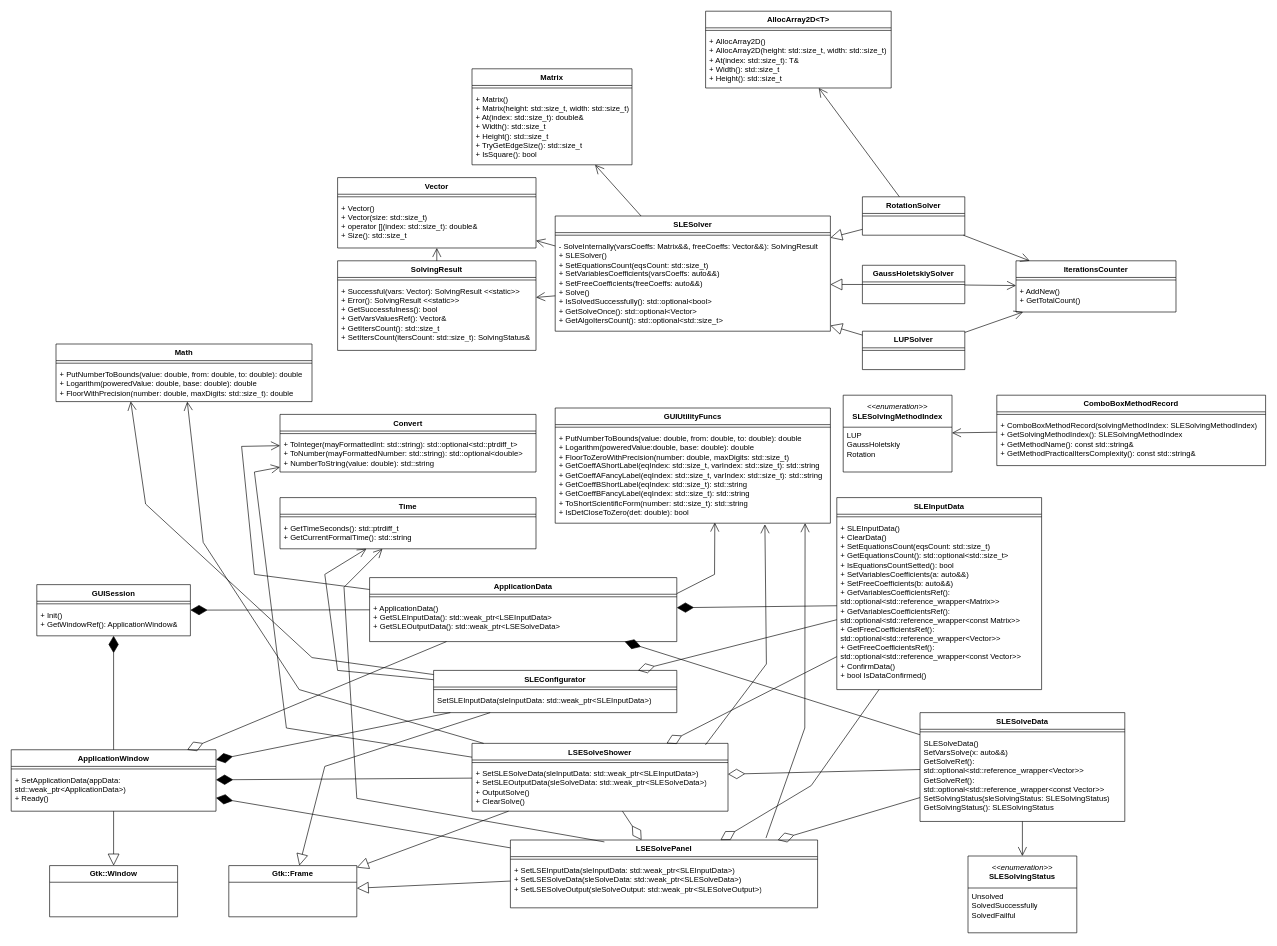
Above: Documents/4 ОПИС ПРОГРАМНОГО ЗАБЕЗПЕЧЕННЯ/4-ClassDiagram.drawio in adamenko-arsen/SLE-Accurate-Solver (draw.io), before the change. Source tidied: cells renumbered, new cells numbered last; positions are measured from the earlier drawing's top-left corner, leaving out a move shared by most shapes. Both pictures are drawn from the tidied source at 64%, with x=0, y=0 at pixel (11, 11).
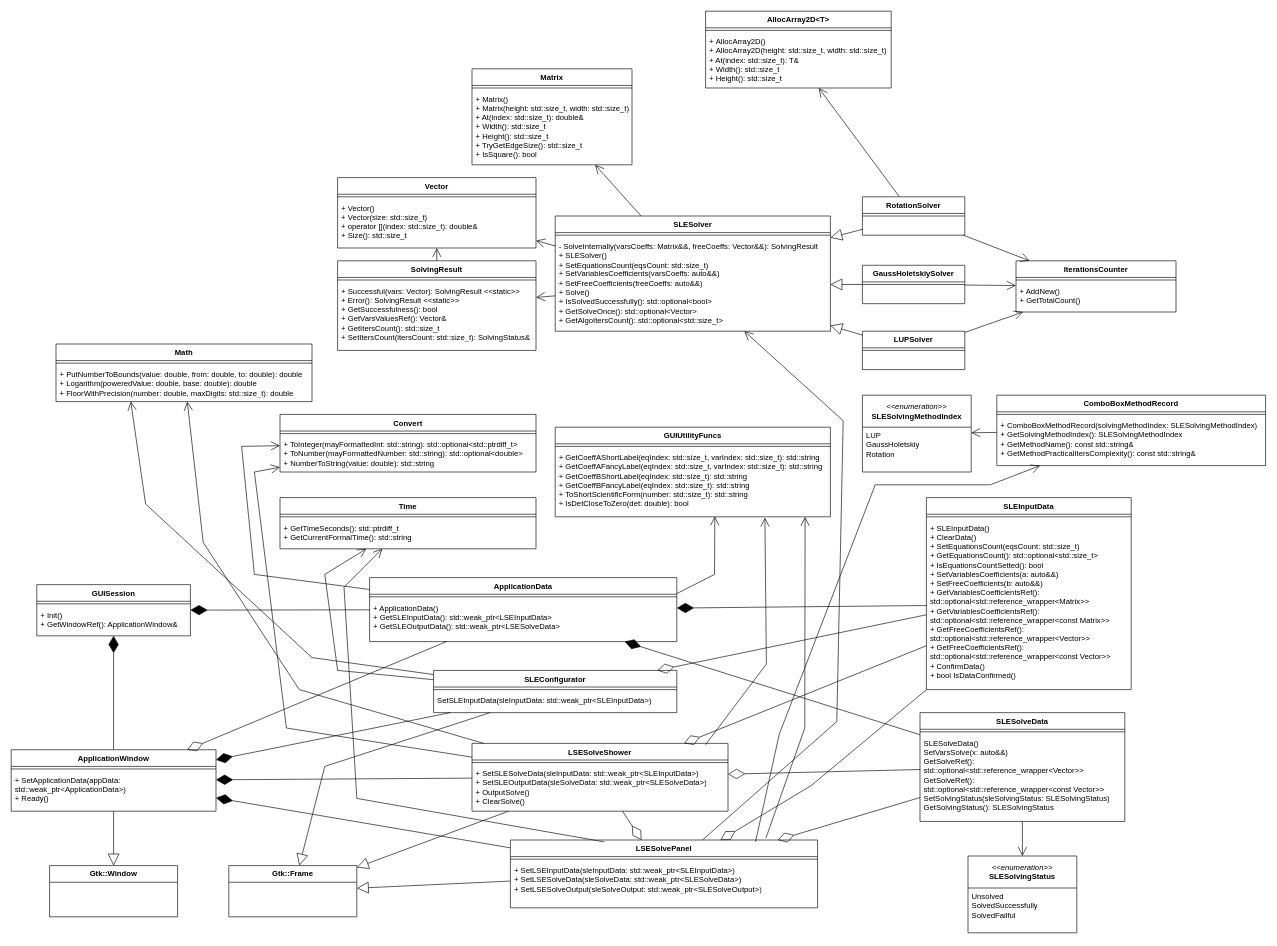
The same diagram, later.

Unchanged cells that the change refers to:
```xml
<mxCell id="16" value="&lt;div&gt;&lt;div&gt;- SolveInternally(varsCoeffs: Matrix&amp;amp;&amp;amp;, freeCoeffs: Vector&amp;amp;&amp;amp;): SolvingResult&lt;br&gt;&lt;/div&gt;&lt;/div&gt;&lt;div&gt;+ SLESolver()&lt;br&gt;&lt;/div&gt;&lt;div&gt;+ SetEquationsCount(eqsCount: std::size_t)&lt;br&gt;&lt;/div&gt;&lt;div&gt;&lt;div&gt;+  SetVariablesCoefficients(varsCoeffs: auto&amp;amp;&amp;amp;)&lt;/div&gt;&lt;div&gt;&lt;div&gt;+ SetFreeCoefficients(freeCoeffs: auto&amp;amp;&amp;amp;) &lt;/div&gt;&lt;div&gt;&lt;div&gt;+ Solve()&lt;/div&gt;&lt;div&gt;+ IsSolvedSuccessfully(): std::optional&amp;lt;bool&amp;gt;&lt;/div&gt;&lt;div&gt;+ GetSolveOnce(): std::optional&amp;lt;Vector&amp;gt;&lt;/div&gt;&lt;div&gt;+ GetAlgoItersCount(): std::optional&amp;lt;std::size_t&amp;gt;&lt;/div&gt;&lt;/div&gt;&lt;/div&gt;&lt;/div&gt;" style="text;strokeColor=none;fillColor=none;align=left;verticalAlign=top;spacingLeft=4;spacingRight=4;overflow=hidden;points=[[0,0.5],[1,0.5]];portConstraint=eastwest;whiteSpace=wrap;html=1;" parent="14" vertex="1">
  <mxGeometry y="34" width="430" height="146" as="geometry" />
</mxCell>
<mxCell id="46" value="LSESolvePanel" style="swimlane;fontStyle=1;align=center;verticalAlign=top;horizontal=1;startSize=26;whiteSpace=wrap;html=1;" parent="1" vertex="1">
  <mxGeometry x="780" y="1295" width="480" height="106" as="geometry" />
</mxCell>
<mxCell id="72" value="ComboBoxMethodRecord" style="swimlane;fontStyle=1;align=center;verticalAlign=top;horizontal=1;startSize=26;whiteSpace=wrap;html=1;" parent="1" vertex="1">
  <mxGeometry x="1540" y="600" width="420" height="110" as="geometry" />
</mxCell>
```

Change to the diagram source:
```diff
@@
     <mxCell id="70" value="&lt;div&gt;&lt;i&gt;&amp;lt;&amp;lt;enumeration&amp;gt;&amp;gt;&lt;/i&gt;&lt;br&gt;&lt;/div&gt;&lt;div&gt;&lt;b&gt;SLESolvingMethodIndex&lt;/b&gt;&lt;/div&gt;" style="swimlane;fontStyle=0;horizontal=1;startSize=50;fillColor=none;whiteSpace=wrap;html=1;" parent="1" vertex="1">
-      <mxGeometry x="1300" y="600" width="170" height="120" as="geometry" />
+      <mxGeometry x="1330" y="600" width="170" height="120" as="geometry" />
     </mxCell>
@@
     <mxCell id="76" value="SLEInputData" style="swimlane;fontStyle=1;align=center;verticalAlign=top;horizontal=1;startSize=26;whiteSpace=wrap;html=1;" parent="1" vertex="1">
-      <mxGeometry x="1290" y="760" width="320" height="300" as="geometry" />
+      <mxGeometry x="1430" y="760" width="320" height="300" as="geometry" />
     </mxCell>
@@
     <mxCell id="93" value="GUIUtilityFuncs" style="swimlane;fontStyle=1;align=center;verticalAlign=top;horizontal=1;startSize=26;whiteSpace=wrap;html=1;" parent="1" vertex="1">
-      <mxGeometry x="850" y="620" width="430" height="180" as="geometry" />
+      <mxGeometry x="850" y="650" width="430" height="140" as="geometry" />
     </mxCell>
@@
-    <mxCell id="95" value="+ PutNumberToBounds(value: double, from: double, to: double): double&lt;div&gt;+ Logarithm(poweredValue:double, base: double): double&lt;/div&gt;&lt;div&gt;+ FloorToZeroWithPrecision(number: double, maxDigits: std::size_t)&lt;/div&gt;&lt;div&gt;+ GetCoeffAShortLabel(eqIndex: std::size_t, varIndex: std::size_t): std::string&lt;/div&gt;&lt;div&gt;+ GetCoeffAFancyLabel(eqIndex: std::size_t,&amp;nbsp;varIndex: std::size_t): std::string&lt;/div&gt;&lt;div&gt;&lt;div&gt;+ GetCoeffBShortLabel(eqIndex: std::size_t): std::string&lt;/div&gt;&lt;div&gt;+ GetCoeffBFancyLabel(eqIndex: std::size_t): std::string&lt;/div&gt;&lt;div&gt;+ ToShortScientificForm(number: std::size_t): std::string&lt;/div&gt;&lt;div&gt;+ IsDetCloseToZero(det: double): bool&lt;/div&gt;&lt;/div&gt;" style="text;strokeColor=none;fillColor=none;align=left;verticalAlign=top;spacingLeft=4;spacingRight=4;overflow=hidden;points=[[0,0.5],[1,0.5]];portConstraint=eastwest;whiteSpace=wrap;html=1;" parent="93" vertex="1">
-      <mxGeometry y="34" width="430" height="146" as="geometry" />
+    <mxCell id="95" value="+ GetCoeffAShortLabel(eqIndex: std::size_t, varIndex: std::size_t): std::string&lt;div&gt;+ GetCoeffAFancyLabel(eqIndex: std::size_t,&amp;nbsp;varIndex: std::size_t): std::string&lt;/div&gt;&lt;div&gt;&lt;div&gt;+ GetCoeffBShortLabel(eqIndex: std::size_t): std::string&lt;/div&gt;&lt;div&gt;+ GetCoeffBFancyLabel(eqIndex: std::size_t): std::string&lt;/div&gt;&lt;div&gt;+ ToShortScientificForm(number: std::size_t): std::string&lt;/div&gt;&lt;div&gt;+ IsDetCloseToZero(det: double): bool&lt;/div&gt;&lt;/div&gt;" style="text;strokeColor=none;fillColor=none;align=left;verticalAlign=top;spacingLeft=4;spacingRight=4;overflow=hidden;points=[[0,0.5],[1,0.5]];portConstraint=eastwest;whiteSpace=wrap;html=1;" parent="93" vertex="1">
+      <mxGeometry y="34" width="430" height="106" as="geometry" />
     </mxCell>
@@
+    <mxCell id="114" style="endArrow=open;endFill=1;endSize=12;html=1;rounded=0;" parent="1" edge="1" source="46" target="16">
+      <mxGeometry relative="1" as="geometry">
+        <Array as="points">
+          <mxPoint x="1290" y="1110" />
+          <mxPoint x="1300" y="640" />
+        </Array>
+      </mxGeometry>
+    </mxCell>
+    <mxCell id="115" style="endArrow=open;endFill=1;endSize=12;html=1;rounded=0;exitX=0.798;exitY=0.028;exitDx=0;exitDy=0;exitPerimeter=0;" parent="1" edge="1" source="46" target="72">
+      <mxGeometry relative="1" as="geometry">
+        <Array as="points">
+          <mxPoint x="1200" y="1130" />
+          <mxPoint x="1350" y="740" />
+          <mxPoint x="1530" y="740" />
+        </Array>
+      </mxGeometry>
+    </mxCell>
```
